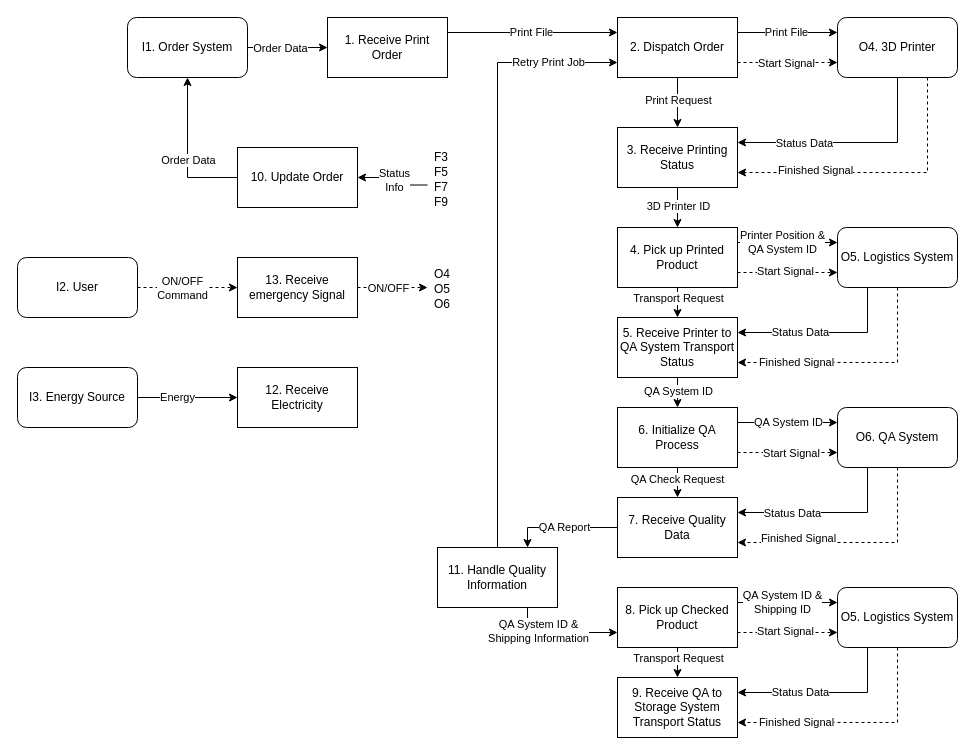
Above: diagrams/MES_FBD.drawio in SystemEngineeringWS24-25/3d-printing-production-system (draw.io), before the change. Source tidied: cells renumbered, new cells numbered last; positions are measured from the earlier drawing's top-left corner, leaving out a move shared by most shapes. Both pictures are drawn from the tidied source at 100%, with x=0, y=0 at pixel (17, 17).
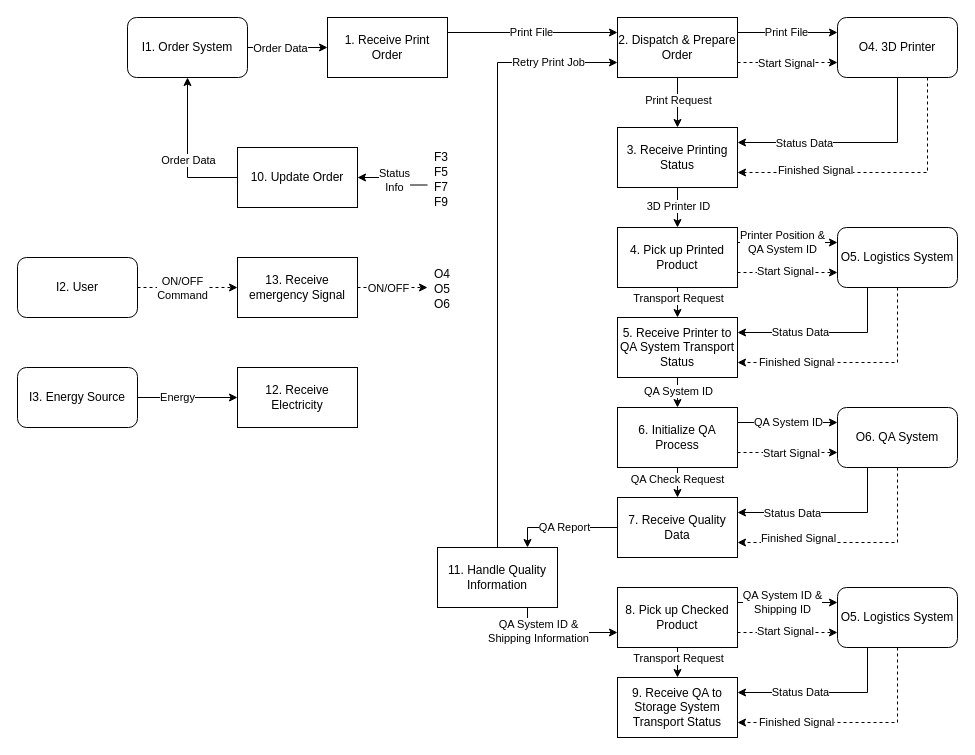
After the change.

Change to the diagram source:
```diff
@@
-    <mxCell id="57" value="2. Dispatch Order" style="rounded=0;whiteSpace=wrap;html=1;" parent="1" vertex="1">
+    <mxCell id="57" value="2. Dispatch &amp;amp; Prepare Order" style="rounded=0;whiteSpace=wrap;html=1;" parent="1" vertex="1">
       <mxGeometry x="600" width="120" height="60" as="geometry" />
     </mxCell>
```
